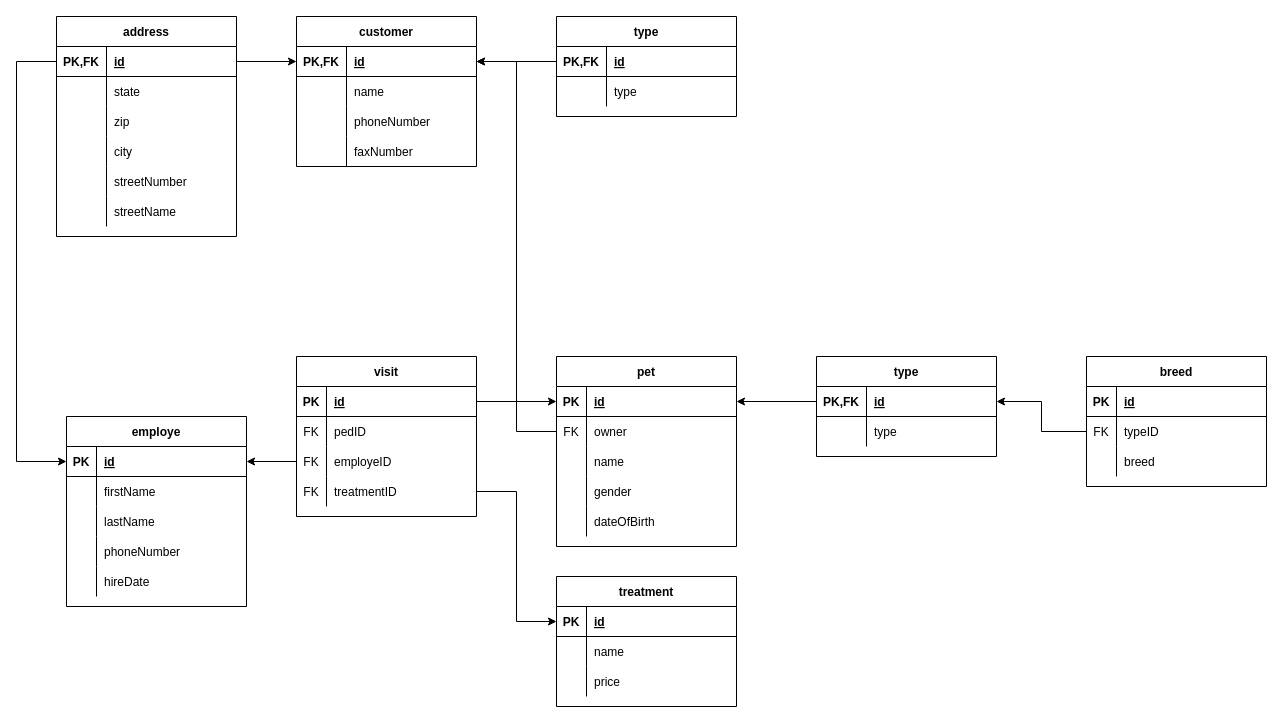
Earlier version of the draw.io diagram webbutveckling/Databaser/Moment2/relationModel.drawio (EliasEriksson/miun). Source tidied: cells renumbered, new cells numbered last; positions are measured from the earlier drawing's top-left corner, leaving out a move shared by most shapes. Both pictures are drawn from the tidied source at 100%, with x=0, y=0 at pixel (16, 16).
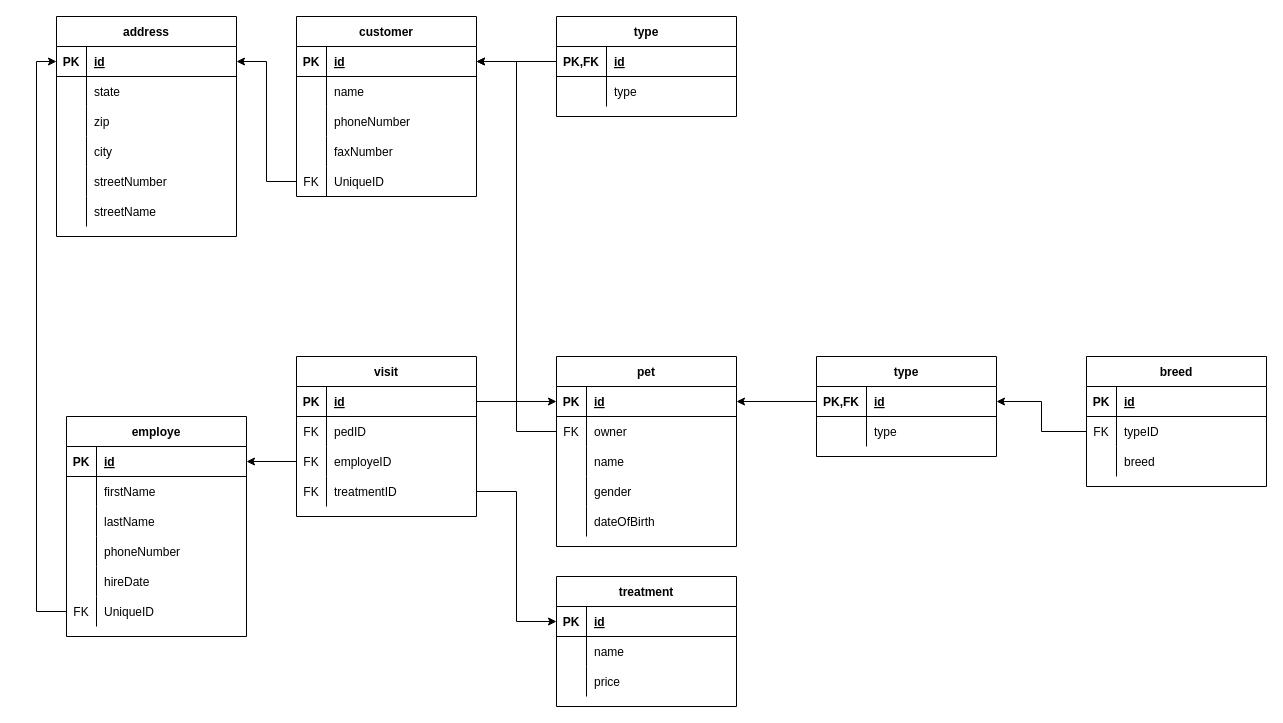
Above is the later version.

The change refers to these unchanged cells:
```xml
<mxCell id="3" style="shape=partialRectangle;fillColor=none;top=0;left=0;bottom=1;right=0;points=[[0,0.5],[1,0.5]];portConstraint=eastwest;" parent="2" vertex="1">
  <mxGeometry y="30" width="180" height="30" as="geometry" />
</mxCell>
<mxCell id="19" style="shape=partialRectangle;fillColor=none;top=0;left=0;bottom=1;right=0;points=[[0,0.5],[1,0.5]];portConstraint=eastwest;" parent="18" vertex="1">
  <mxGeometry y="30" width="180" height="30" as="geometry" />
</mxCell>
<mxCell id="22" style="shape=partialRectangle;fillColor=none;top=0;left=0;bottom=0;right=0;" parent="18" vertex="1">
  <mxGeometry y="60" width="180" height="30" as="geometry" />
</mxCell>
<mxCell id="25" style="shape=partialRectangle;fillColor=none;top=0;left=0;bottom=0;right=0;" parent="18" vertex="1">
  <mxGeometry y="90" width="180" height="30" as="geometry" />
</mxCell>
<mxCell id="28" style="shape=partialRectangle;fillColor=none;top=0;left=0;bottom=0;right=0;" parent="18" vertex="1">
  <mxGeometry y="120" width="180" height="30" as="geometry" />
</mxCell>
<mxCell id="31" style="shape=partialRectangle;fillColor=none;top=0;left=0;bottom=0;right=0;" parent="18" vertex="1">
  <mxGeometry y="150" width="180" height="30" as="geometry" />
</mxCell>
<mxCell id="34" style="shape=partialRectangle;fillColor=none;top=0;left=0;bottom=0;right=0;" parent="18" vertex="1">
  <mxGeometry y="180" width="180" height="30" as="geometry" />
</mxCell>
<mxCell id="39" style="shape=partialRectangle;fillColor=none;top=0;left=0;bottom=1;right=0;points=[[0,0.5],[1,0.5]];portConstraint=eastwest;" parent="38" vertex="1">
  <mxGeometry y="30" width="180" height="30" as="geometry" />
</mxCell>
<mxCell id="42" style="shape=partialRectangle;fillColor=none;top=0;left=0;bottom=0;right=0;" parent="38" vertex="1">
  <mxGeometry y="60" width="180" height="30" as="geometry" />
</mxCell>
<mxCell id="45" style="shape=partialRectangle;fillColor=none;top=0;left=0;bottom=0;right=0;" parent="38" vertex="1">
  <mxGeometry y="90" width="180" height="30" as="geometry" />
</mxCell>
<mxCell id="48" style="shape=partialRectangle;fillColor=none;top=0;left=0;bottom=0;right=0;" parent="38" vertex="1">
  <mxGeometry y="120" width="180" height="30" as="geometry" />
</mxCell>
```

Change to the diagram source:
```diff
@@
     <mxCell id="2" value="employe" style="shape=table;startSize=30;childLayout=tableLayout;rowLines=0;fontStyle=1;align=center;" parent="1" vertex="1">
-      <mxGeometry x="50" y="400" width="180" height="190" as="geometry" />
+      <mxGeometry x="50" y="400" width="180" height="220" as="geometry" />
     </mxCell>
@@
+    <mxCell id="122" style="shape=partialRectangle;fillColor=none;top=0;left=0;bottom=0;right=0;points=[[0,0.5],[1,0.5]];portConstraint=eastwest;" parent="2" vertex="1">
+      <mxGeometry y="180" width="180" height="30" as="geometry" />
+    </mxCell>
+    <mxCell id="123" value="FK" style="shape=partialRectangle;fillColor=none;top=0;left=0;bottom=0;right=0;fontStyle=0;overflow=hidden;" parent="122" vertex="1">
+      <mxGeometry width="30" height="30" as="geometry" />
+    </mxCell>
+    <mxCell id="124" value="UniqueID" style="shape=partialRectangle;fillColor=none;top=0;left=0;bottom=0;right=0;align=left;spacingLeft=6;fontStyle=0;overflow=hidden;" parent="122" vertex="1">
+      <mxGeometry x="30" width="150" height="30" as="geometry" />
+    </mxCell>
@@
-    <mxCell id="20" value="PK,FK" style="shape=partialRectangle;fillColor=none;top=0;left=0;bottom=0;right=0;fontStyle=1;overflow=hidden;" parent="19" vertex="1">
-      <mxGeometry width="50" height="30" as="geometry" />
+    <mxCell id="20" value="PK" style="shape=partialRectangle;fillColor=none;top=0;left=0;bottom=0;right=0;fontStyle=1;overflow=hidden;" parent="19" vertex="1">
+      <mxGeometry width="30" height="30" as="geometry" />
     </mxCell>
     <mxCell id="21" value="id" style="shape=partialRectangle;fillColor=none;top=0;left=0;bottom=0;right=0;align=left;spacingLeft=6;fontStyle=5;overflow=hidden;" parent="19" vertex="1">
-      <mxGeometry x="50" width="130" height="30" as="geometry" />
+      <mxGeometry x="30" width="150" height="30" as="geometry" />
     </mxCell>
@@
     <mxCell id="23" style="shape=partialRectangle;fillColor=none;top=0;left=0;bottom=0;right=0;overflow=hidden;" parent="22" vertex="1">
-      <mxGeometry width="50" height="30" as="geometry" />
+      <mxGeometry width="30" height="30" as="geometry" />
     </mxCell>
     <mxCell id="24" value="state" style="shape=partialRectangle;fillColor=none;top=0;left=0;bottom=0;right=0;align=left;spacingLeft=6;overflow=hidden;" parent="22" vertex="1">
-      <mxGeometry x="50" width="130" height="30" as="geometry" />
+      <mxGeometry x="30" width="150" height="30" as="geometry" />
     </mxCell>
@@
     <mxCell id="26" style="shape=partialRectangle;fillColor=none;top=0;left=0;bottom=0;right=0;overflow=hidden;" parent="25" vertex="1">
-      <mxGeometry width="50" height="30" as="geometry" />
+      <mxGeometry width="30" height="30" as="geometry" />
     </mxCell>
     <mxCell id="27" value="zip" style="shape=partialRectangle;fillColor=none;top=0;left=0;bottom=0;right=0;align=left;spacingLeft=6;overflow=hidden;" parent="25" vertex="1">
-      <mxGeometry x="50" width="130" height="30" as="geometry" />
+      <mxGeometry x="30" width="150" height="30" as="geometry" />
     </mxCell>
@@
     <mxCell id="29" style="shape=partialRectangle;fillColor=none;top=0;left=0;bottom=0;right=0;overflow=hidden;" parent="28" vertex="1">
-      <mxGeometry width="50" height="30" as="geometry" />
+      <mxGeometry width="30" height="30" as="geometry" />
     </mxCell>
     <mxCell id="30" value="city" style="shape=partialRectangle;fillColor=none;top=0;left=0;bottom=0;right=0;align=left;spacingLeft=6;overflow=hidden;" parent="28" vertex="1">
-      <mxGeometry x="50" width="130" height="30" as="geometry" />
+      <mxGeometry x="30" width="150" height="30" as="geometry" />
     </mxCell>
@@
     <mxCell id="32" style="shape=partialRectangle;fillColor=none;top=0;left=0;bottom=0;right=0;overflow=hidden;" parent="31" vertex="1">
-      <mxGeometry width="50" height="30" as="geometry" />
+      <mxGeometry width="30" height="30" as="geometry" />
     </mxCell>
     <mxCell id="33" value="streetNumber" style="shape=partialRectangle;fillColor=none;top=0;left=0;bottom=0;right=0;align=left;spacingLeft=6;overflow=hidden;" parent="31" vertex="1">
-      <mxGeometry x="50" width="130" height="30" as="geometry" />
+      <mxGeometry x="30" width="150" height="30" as="geometry" />
     </mxCell>
@@
     <mxCell id="35" style="shape=partialRectangle;fillColor=none;top=0;left=0;bottom=0;right=0;overflow=hidden;" parent="34" vertex="1">
-      <mxGeometry width="50" height="30" as="geometry" />
+      <mxGeometry width="30" height="30" as="geometry" />
     </mxCell>
     <mxCell id="36" value="streetName" style="shape=partialRectangle;fillColor=none;top=0;left=0;bottom=0;right=0;align=left;spacingLeft=6;overflow=hidden;" parent="34" vertex="1">
-      <mxGeometry x="50" width="130" height="30" as="geometry" />
+      <mxGeometry x="30" width="150" height="30" as="geometry" />
     </mxCell>
-    <mxCell id="37" style="edgeStyle=orthogonalEdgeStyle;rounded=0;jettySize=auto;html=1;entryX=0;entryY=0.5;entryDx=0;entryDy=0;exitX=0;exitY=0.5;exitDx=0;exitDy=0;" parent="1" edge="1" source="19" target="3">
-      <mxGeometry relative="1" as="geometry">
-        <Array as="points">
-          <mxPoint y="45" />
-          <mxPoint y="445" />
-        </Array>
-      </mxGeometry>
-    </mxCell>
     <mxCell id="38" value="customer" style="shape=table;startSize=30;childLayout=tableLayout;rowLines=0;fontStyle=1;align=center;" parent="1" vertex="1">
-      <mxGeometry x="280" width="180" height="150" as="geometry" />
+      <mxGeometry x="280" width="180" height="180" as="geometry" />
     </mxCell>
@@
-    <mxCell id="40" value="PK,FK" style="shape=partialRectangle;fillColor=none;top=0;left=0;bottom=0;right=0;fontStyle=1;overflow=hidden;" parent="39" vertex="1">
-      <mxGeometry width="50" height="30" as="geometry" />
+    <mxCell id="40" value="PK" style="shape=partialRectangle;fillColor=none;top=0;left=0;bottom=0;right=0;fontStyle=1;overflow=hidden;" parent="39" vertex="1">
+      <mxGeometry width="30" height="30" as="geometry" />
     </mxCell>
     <mxCell id="41" value="id" style="shape=partialRectangle;fillColor=none;top=0;left=0;bottom=0;right=0;align=left;spacingLeft=6;fontStyle=5;overflow=hidden;" parent="39" vertex="1">
-      <mxGeometry x="50" width="130" height="30" as="geometry" />
+      <mxGeometry x="30" width="150" height="30" as="geometry" />
     </mxCell>
@@
     <mxCell id="43" style="shape=partialRectangle;fillColor=none;top=0;left=0;bottom=0;right=0;overflow=hidden;" parent="42" vertex="1">
-      <mxGeometry width="50" height="30" as="geometry" />
+      <mxGeometry width="30" height="30" as="geometry" />
     </mxCell>
     <mxCell id="44" value="name" style="shape=partialRectangle;fillColor=none;top=0;left=0;bottom=0;right=0;align=left;spacingLeft=6;overflow=hidden;" parent="42" vertex="1">
-      <mxGeometry x="50" width="130" height="30" as="geometry" />
+      <mxGeometry x="30" width="150" height="30" as="geometry" />
     </mxCell>
@@
     <mxCell id="46" style="shape=partialRectangle;fillColor=none;top=0;left=0;bottom=0;right=0;overflow=hidden;" parent="45" vertex="1">
-      <mxGeometry width="50" height="30" as="geometry" />
+      <mxGeometry width="30" height="30" as="geometry" />
     </mxCell>
     <mxCell id="47" value="phoneNumber" style="shape=partialRectangle;fillColor=none;top=0;left=0;bottom=0;right=0;align=left;spacingLeft=6;overflow=hidden;" parent="45" vertex="1">
-      <mxGeometry x="50" width="130" height="30" as="geometry" />
+      <mxGeometry x="30" width="150" height="30" as="geometry" />
     </mxCell>
@@
     <mxCell id="49" style="shape=partialRectangle;fillColor=none;top=0;left=0;bottom=0;right=0;overflow=hidden;" parent="48" vertex="1">
-      <mxGeometry width="50" height="30" as="geometry" />
+      <mxGeometry width="30" height="30" as="geometry" />
     </mxCell>
     <mxCell id="50" value="faxNumber" style="shape=partialRectangle;fillColor=none;top=0;left=0;bottom=0;right=0;align=left;spacingLeft=6;overflow=hidden;" parent="48" vertex="1">
-      <mxGeometry x="50" width="130" height="30" as="geometry" />
+      <mxGeometry x="30" width="150" height="30" as="geometry" />
     </mxCell>
-    <mxCell id="51" style="edgeStyle=orthogonalEdgeStyle;rounded=0;jettySize=auto;html=1;entryX=0;entryY=0.5;entryDx=0;entryDy=0;" parent="1" edge="1" source="19" target="39">
-      <mxGeometry relative="1" as="geometry" />
-    </mxCell>
+    <mxCell id="125" style="shape=partialRectangle;fillColor=none;top=0;left=0;bottom=0;right=0;points=[[0,0.5],[1,0.5]];portConstraint=eastwest;" parent="38" vertex="1">
+      <mxGeometry y="150" width="180" height="30" as="geometry" />
+    </mxCell>
+    <mxCell id="126" value="FK" style="shape=partialRectangle;fillColor=none;top=0;left=0;bottom=0;right=0;fontStyle=0;overflow=hidden;" parent="125" vertex="1">
+      <mxGeometry width="30" height="30" as="geometry" />
+    </mxCell>
+    <mxCell id="127" value="UniqueID" style="shape=partialRectangle;fillColor=none;top=0;left=0;bottom=0;right=0;align=left;spacingLeft=6;fontStyle=0;overflow=hidden;" parent="125" vertex="1">
+      <mxGeometry x="30" width="150" height="30" as="geometry" />
+    </mxCell>
@@
+    <mxCell id="128" style="edgeStyle=orthogonalEdgeStyle;rounded=0;jettySize=auto;html=1;entryX=0;entryY=0.5;entryDx=0;entryDy=0;" parent="1" edge="1" source="122" target="19">
+      <mxGeometry relative="1" as="geometry" />
+    </mxCell>
+    <mxCell id="129" style="edgeStyle=orthogonalEdgeStyle;rounded=0;jettySize=auto;html=1;entryX=1;entryY=0.5;entryDx=0;entryDy=0;" parent="1" edge="1" source="125" target="19">
+      <mxGeometry relative="1" as="geometry" />
+    </mxCell>
```
